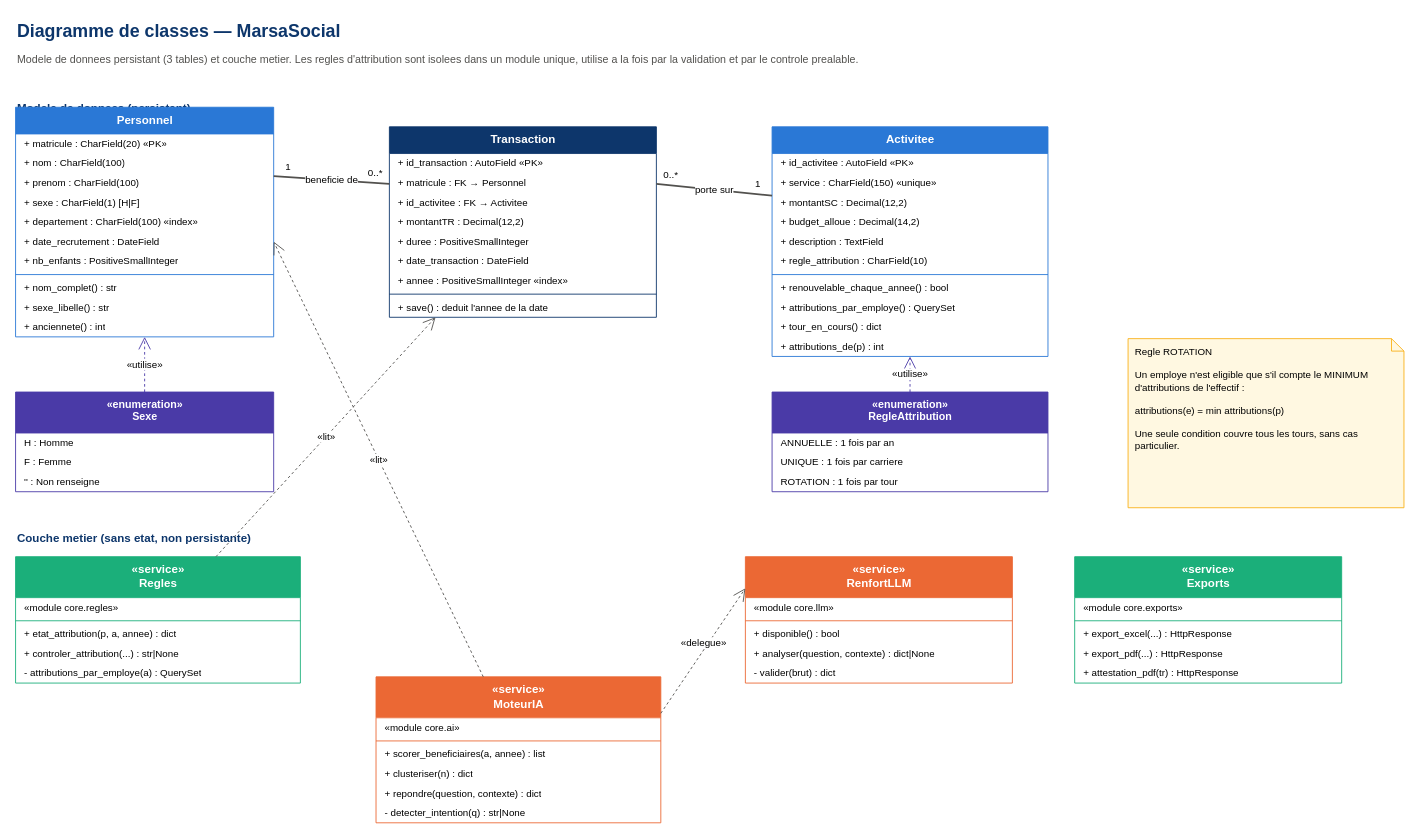
Earlier version of the draw.io diagram conception/diagramme_classes.drawio (Salah-Haitam/gestion_act_sociaux). Source tidied: cells renumbered, new cells numbered last; positions are measured from the earlier drawing's top-left corner, leaving out a move shared by most shapes. Both pictures are drawn from the tidied source at 89%, with x=0, y=0 at pixel (15, 15).
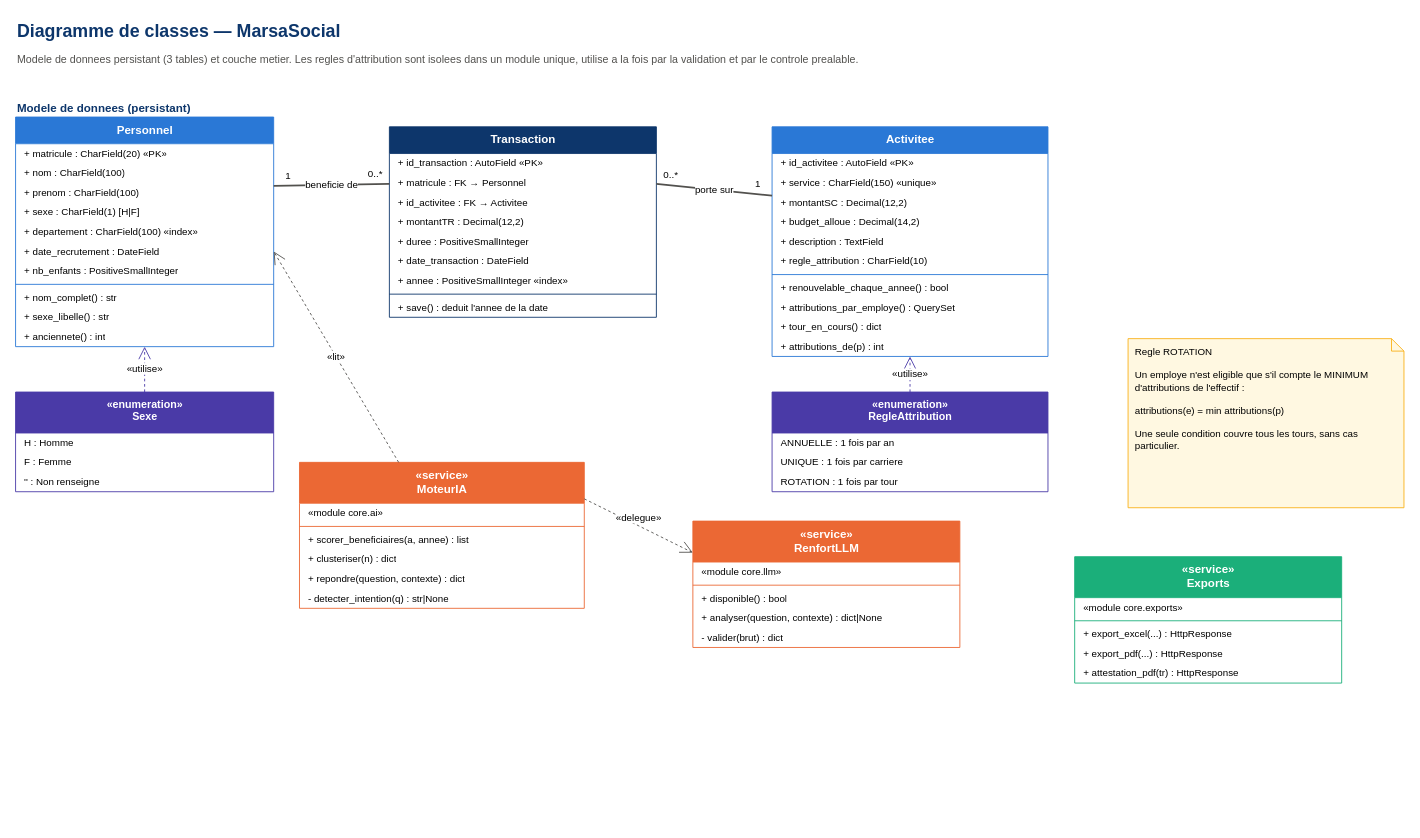
After the change.

Commit message (it also covers changes not shown here):
L'admin Django contournait les regles d'attribution

The change refers to these unchanged cells:
```xml
<mxCell id="17" value="Transaction" style="swimlane;fontStyle=1;align=center;verticalAlign=top;horizontal=1;startSize=30;html=1;fillColor=#0d366b;strokeColor=#0d366b;fontColor=#ffffff;swimlaneFillColor=#ffffff;fontSize=13;" parent="1" vertex="1">
  <mxGeometry x="420" y="125" width="300" height="214" as="geometry" />
</mxCell>
```

What changed in the source:
```diff
@@
     <mxCell id="5" value="Personnel" style="swimlane;fontStyle=1;align=center;verticalAlign=top;horizontal=1;startSize=30;html=1;fillColor=#2a78d6;strokeColor=#2a78d6;fontColor=#ffffff;swimlaneFillColor=#ffffff;fontSize=13;" parent="1" vertex="1">
-      <mxGeometry y="103" width="290" height="258" as="geometry" />
+      <mxGeometry y="114" width="290" height="258" as="geometry" />
     </mxCell>
@@
-    <mxCell id="55" value="Couche metier (sans etat, non persistante)" style="text;html=1;align=left;fontSize=13;fontStyle=1;fontColor=#0d366b;" parent="1" vertex="1">
-      <mxGeometry y="573" width="269" height="24" as="geometry" />
-    </mxCell>
-    <mxCell id="56" value="&amp;laquo;service&amp;raquo;&lt;br&gt;&lt;b&gt;Regles&lt;/b&gt;" style="swimlane;fontStyle=1;align=center;verticalAlign=top;horizontal=1;startSize=46;html=1;fillColor=#1baf7a;strokeColor=#1baf7a;fontColor=#ffffff;swimlaneFillColor=#ffffff;fontSize=13;" parent="1" vertex="1">
-      <mxGeometry y="608" width="320" height="142" as="geometry" />
-    </mxCell>
-    <mxCell id="57" value="&amp;laquo;module core.regles&amp;raquo;" style="text;strokeColor=none;fillColor=none;align=left;verticalAlign=middle;spacingLeft=8;spacingRight=6;overflow=hidden;whiteSpace=wrap;html=1;fontSize=11;" parent="56" vertex="1">
-      <mxGeometry y="46" width="320" height="22" as="geometry" />
-    </mxCell>
-    <mxCell id="58" style="line;strokeWidth=1;fillColor=none;align=left;verticalAlign=middle;spacingTop=-1;spacingLeft=3;spacingRight=3;labelPosition=right;strokeColor=#1baf7a;" parent="56" vertex="1">
-      <mxGeometry y="68" width="320" height="8" as="geometry" />
-    </mxCell>
-    <mxCell id="59" value="+ etat_attribution(p, a, annee) : dict" style="text;strokeColor=none;fillColor=none;align=left;verticalAlign=middle;spacingLeft=8;spacingRight=6;overflow=hidden;whiteSpace=wrap;html=1;fontSize=11;" parent="56" vertex="1">
-      <mxGeometry y="76" width="320" height="22" as="geometry" />
-    </mxCell>
-    <mxCell id="60" value="+ controler_attribution(...) : str|None" style="text;strokeColor=none;fillColor=none;align=left;verticalAlign=middle;spacingLeft=8;spacingRight=6;overflow=hidden;whiteSpace=wrap;html=1;fontSize=11;" parent="56" vertex="1">
-      <mxGeometry y="98" width="320" height="22" as="geometry" />
-    </mxCell>
-    <mxCell id="61" value="- attributions_par_employe(a) : QuerySet" style="text;strokeColor=none;fillColor=none;align=left;verticalAlign=middle;spacingLeft=8;spacingRight=6;overflow=hidden;whiteSpace=wrap;html=1;fontSize=11;" parent="56" vertex="1">
-      <mxGeometry y="120" width="320" height="22" as="geometry" />
-    </mxCell>
     <mxCell id="62" value="&amp;laquo;service&amp;raquo;&lt;br&gt;&lt;b&gt;MoteurIA&lt;/b&gt;" style="swimlane;fontStyle=1;align=center;verticalAlign=top;horizontal=1;startSize=46;html=1;fillColor=#eb6834;strokeColor=#eb6834;fontColor=#ffffff;swimlaneFillColor=#ffffff;fontSize=13;" parent="1" vertex="1">
-      <mxGeometry x="405" y="743" width="320" height="164" as="geometry" />
+      <mxGeometry x="319" y="502" width="320" height="164" as="geometry" />
     </mxCell>
@@
     <mxCell id="69" value="&amp;laquo;service&amp;raquo;&lt;br&gt;&lt;b&gt;RenfortLLM&lt;/b&gt;" style="swimlane;fontStyle=1;align=center;verticalAlign=top;horizontal=1;startSize=46;html=1;fillColor=#eb6834;strokeColor=#eb6834;fontColor=#ffffff;swimlaneFillColor=#ffffff;fontSize=13;" parent="1" vertex="1">
-      <mxGeometry x="820" y="608" width="300" height="142" as="geometry" />
+      <mxGeometry x="761" y="568" width="300" height="142" as="geometry" />
     </mxCell>
@@
-    <mxCell id="81" value="&amp;laquo;lit&amp;raquo;" style="endArrow=open;endSize=12;dashed=1;html=1;rounded=0;strokeColor=#52514e;" parent="1" edge="1" source="56" target="17">
-      <mxGeometry relative="1" as="geometry" />
-    </mxCell>
```
